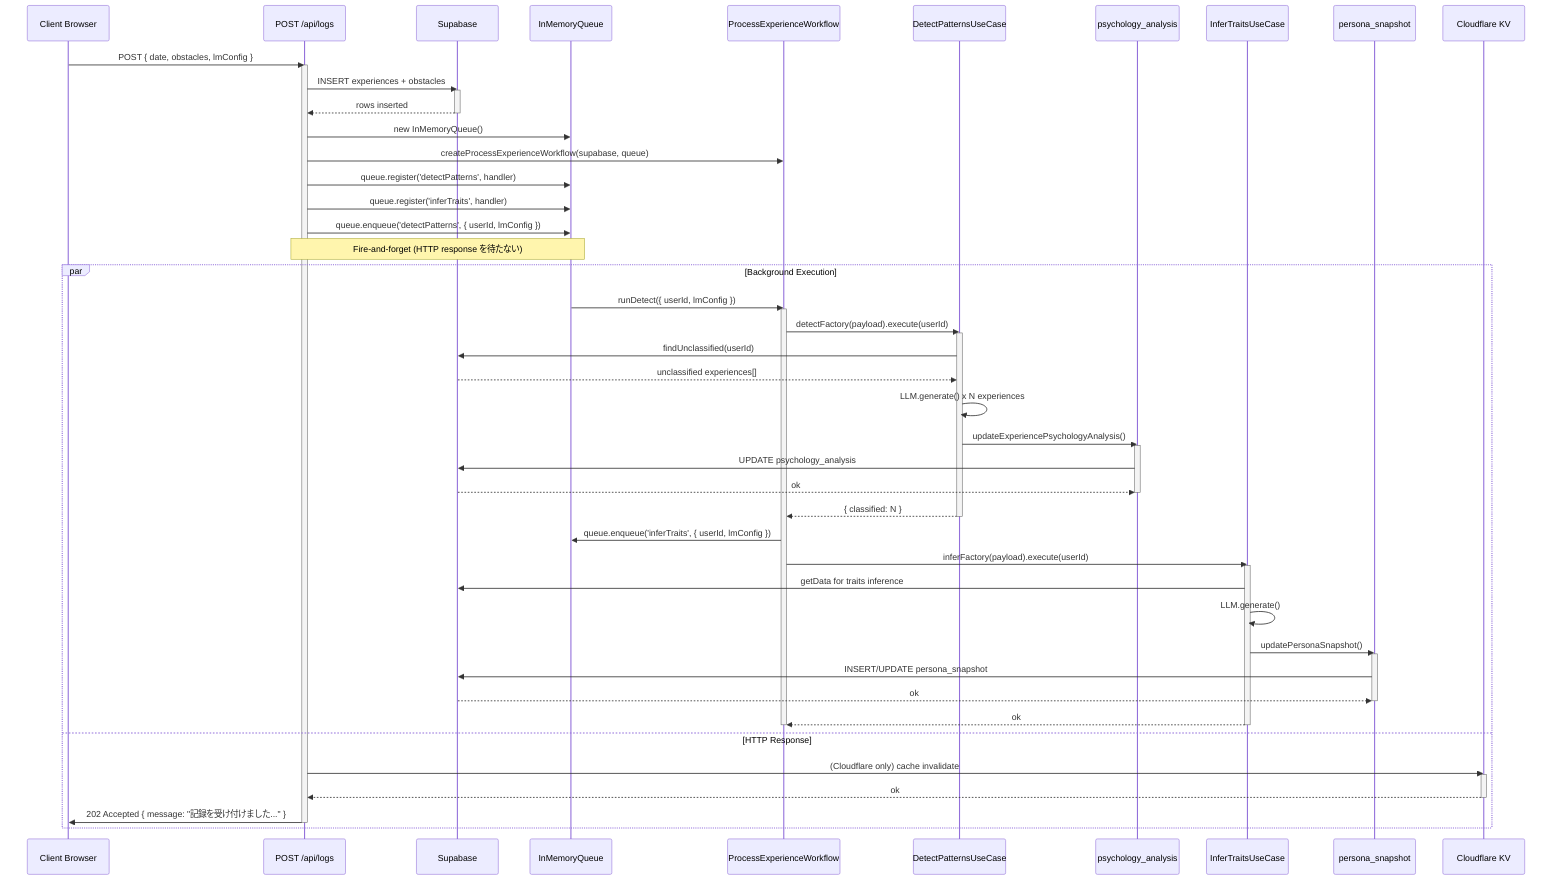
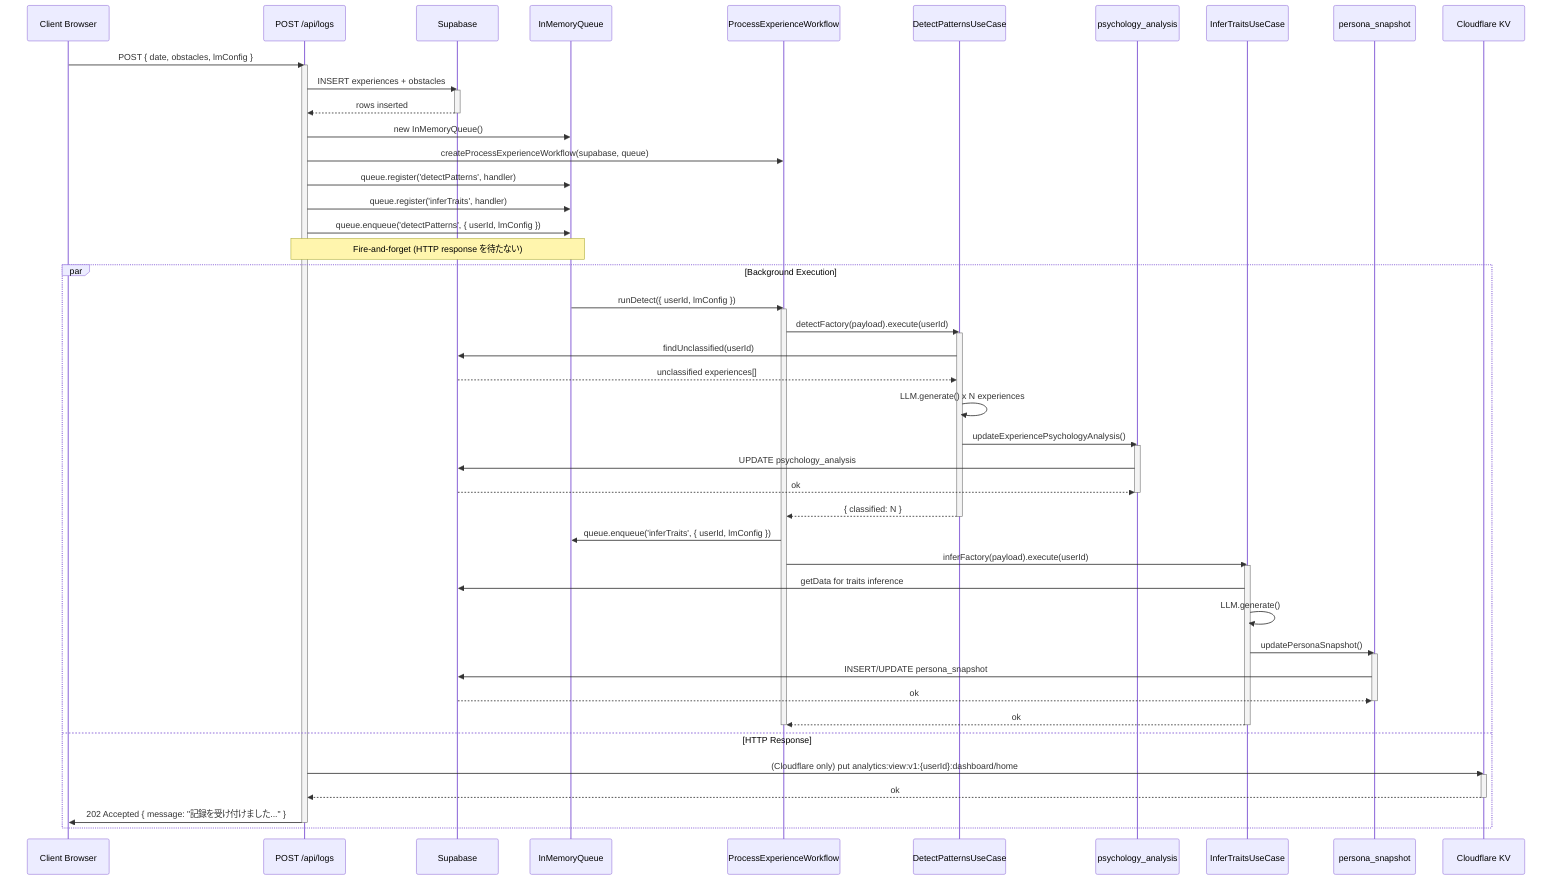
sequenceDiagram
    participant Client as Client Browser
    participant LogAPI as POST /api/logs
    participant Supabase as Supabase
    participant Queue as InMemoryQueue
    participant Workflow as ProcessExperienceWorkflow
    participant Detect as DetectPatternsUseCase
    participant Psychology as psychology_analysis
    participant Infer as InferTraitsUseCase
    participant Persona as persona_snapshot
    participant KV as Cloudflare KV

    Client->>LogAPI: POST { date, obstacles, lmConfig }
    activate LogAPI

    LogAPI->>Supabase: INSERT experiences + obstacles
    activate Supabase
    Supabase-->>LogAPI: rows inserted
    deactivate Supabase

    LogAPI->>Queue: new InMemoryQueue()
    LogAPI->>Workflow: createProcessExperienceWorkflow(supabase, queue)
    LogAPI->>Queue: queue.register('detectPatterns', handler)
    LogAPI->>Queue: queue.register('inferTraits', handler)

    LogAPI->>Queue: queue.enqueue('detectPatterns', { userId, lmConfig })

    Note over LogAPI,Queue: Fire-and-forget (HTTP response を待たない)

    par Background Execution
        Queue->>Workflow: runDetect({ userId, lmConfig })
        activate Workflow

        Workflow->>Detect: detectFactory(payload).execute(userId)
        activate Detect
        Detect->>Supabase: findUnclassified(userId)
        Supabase-->>Detect: unclassified experiences[]
        Detect->>Detect: LLM.generate() x N experiences
        Detect->>Psychology: updateExperiencePsychologyAnalysis()
        activate Psychology
        Psychology->>Supabase: UPDATE psychology_analysis
        Supabase-->>Psychology: ok
        deactivate Psychology
        Detect-->>Workflow: { classified: N }
        deactivate Detect

        Workflow->>Queue: queue.enqueue('inferTraits', { userId, lmConfig })
        Workflow->>Infer: inferFactory(payload).execute(userId)
        activate Infer
        Infer->>Supabase: getData for traits inference
        Infer->>Infer: LLM.generate()
        Infer->>Persona: updatePersonaSnapshot()
        activate Persona
        Persona->>Supabase: INSERT/UPDATE persona_snapshot
        Supabase-->>Persona: ok
        deactivate Persona
        Infer-->>Workflow: ok
        deactivate Infer

        deactivate Workflow
    and HTTP Response
-         LogAPI->>KV: (Cloudflare only) cache invalidate
+         LogAPI->>KV: (Cloudflare only) put analytics:view:v1:{userId}:dashboard/home
        activate KV
        KV-->>LogAPI: ok
        deactivate KV
        LogAPI->>Client: 202 Accepted { message: "記録を受け付けました..." }
        deactivate LogAPI
-     end+     end
